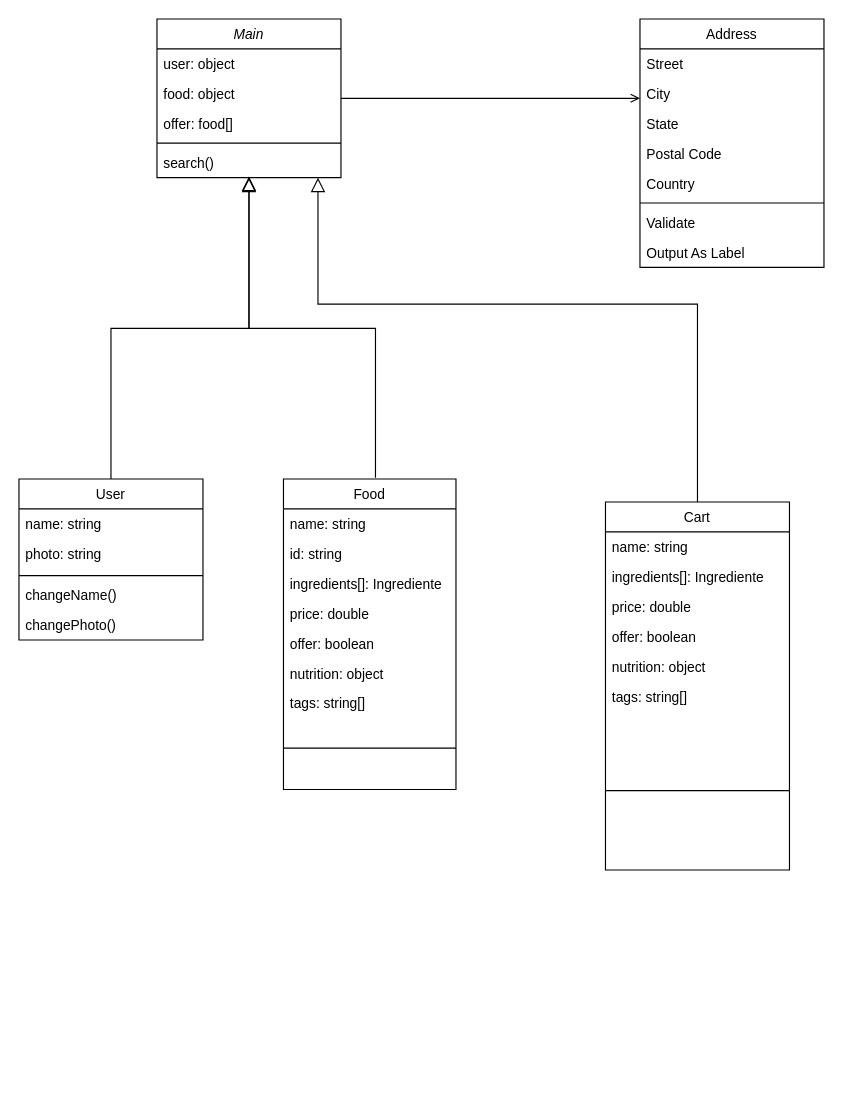
Earlier version of the draw.io diagram foodee/foodeeUML.drawio (TrezzeIohan/Foodee). Source tidied: cells renumbered, new cells numbered last; positions are measured from the earlier drawing's top-left corner, leaving out a move shared by most shapes. Both pictures are drawn from the tidied source at 115%, with x=0, y=0 at pixel (18, 18).
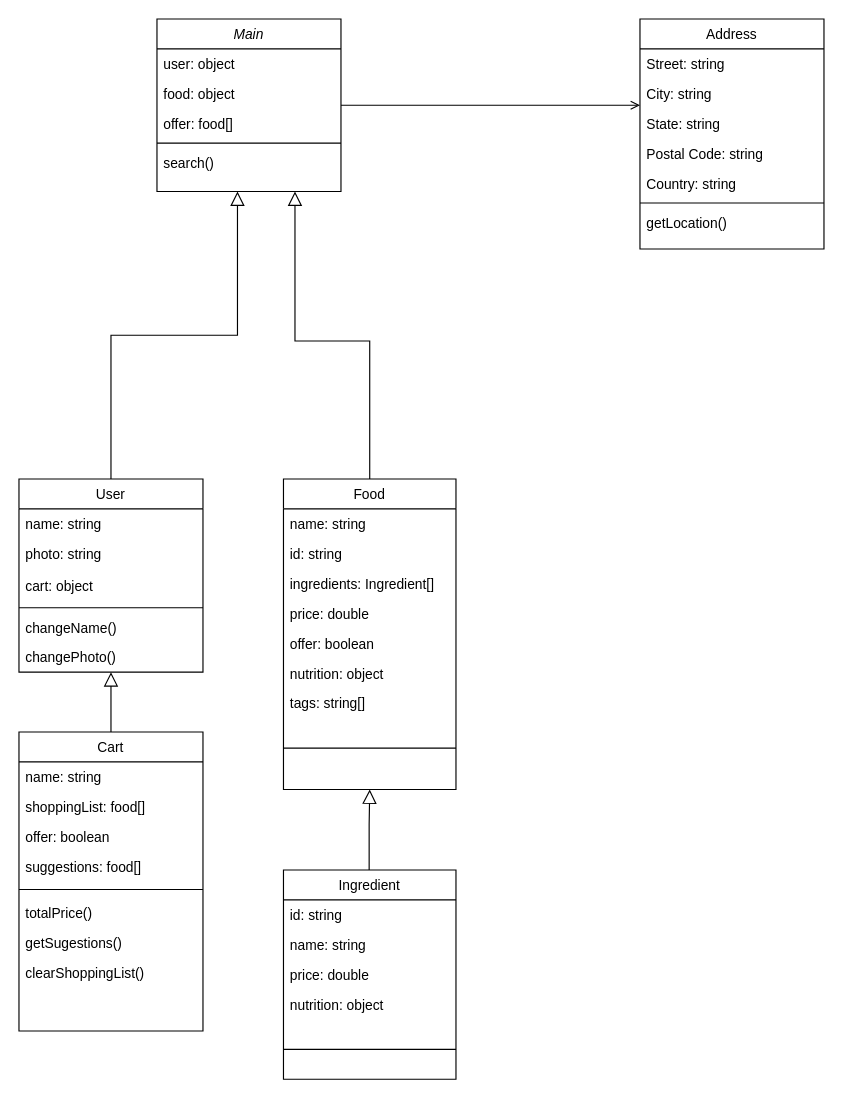
The same diagram, later.

Commit message (it also covers changes not shown here):
UML finished

Unchanged cells that the change refers to:
```xml
<mxCell id="15" value="Food" style="swimlane;fontStyle=0;align=center;verticalAlign=top;horizontal=1;startSize=26;rounded=0;shadow=0;strokeWidth=1;labelBackgroundColor=none;" parent="1" vertex="1">
  <mxGeometry x="230" y="400" width="150" height="270" as="geometry" />
</mxCell>
```

Diff of the diagram source:
```diff
@@
     <mxCell id="2" value="Main" style="swimlane;fontStyle=2;align=center;verticalAlign=top;horizontal=1;startSize=26;rounded=0;shadow=0;strokeWidth=1;labelBackgroundColor=none;" parent="1" vertex="1">
-      <mxGeometry x="120" width="160" height="138" as="geometry" />
+      <mxGeometry x="120" width="160" height="150" as="geometry" />
     </mxCell>
@@
     <mxCell id="8" value="User" style="swimlane;fontStyle=0;align=center;verticalAlign=top;horizontal=1;startSize=26;rounded=0;shadow=0;strokeWidth=1;labelBackgroundColor=none;" parent="1" vertex="1">
-      <mxGeometry y="400" width="160" height="140" as="geometry" />
+      <mxGeometry y="400" width="160" height="168" as="geometry" />
     </mxCell>
@@
+    <mxCell id="44" value="cart: object" style="text;align=left;verticalAlign=top;spacingLeft=4;spacingRight=4;overflow=hidden;rounded=0;shadow=0;html=0;labelBackgroundColor=none;" parent="8" vertex="1">
+      <mxGeometry y="80" width="160" height="28" as="geometry" />
+    </mxCell>
     <mxCell id="11" style="line;html=1;strokeWidth=1;align=left;verticalAlign=middle;spacingTop=-1;spacingLeft=3;spacingRight=3;labelPosition=right;labelBackgroundColor=none;" parent="8" vertex="1">
-      <mxGeometry y="80" width="160" height="8" as="geometry" />
+      <mxGeometry y="108" width="160" height="8" as="geometry" />
     </mxCell>
     <mxCell id="12" value="changeName()" style="text;align=left;verticalAlign=top;spacingLeft=4;spacingRight=4;overflow=hidden;fontStyle=0;labelBackgroundColor=none;" parent="8" vertex="1">
-      <mxGeometry y="88" width="160" height="26" as="geometry" />
+      <mxGeometry y="116" width="160" height="26" as="geometry" />
     </mxCell>
     <mxCell id="13" value="changePhoto()" style="text;align=left;verticalAlign=top;spacingLeft=4;spacingRight=4;overflow=hidden;points=[[0,0.5],[1,0.5]];portConstraint=eastwest;labelBackgroundColor=none;" parent="8" vertex="1">
-      <mxGeometry y="114" width="160" height="26" as="geometry" />
+      <mxGeometry y="142" width="160" height="26" as="geometry" />
     </mxCell>
-    <mxCell id="14" style="endArrow=block;endSize=10;endFill=0;shadow=0;strokeWidth=1;rounded=0;edgeStyle=elbowEdgeStyle;elbow=vertical;labelBackgroundColor=none;fontColor=default;" parent="1" edge="1" source="8" target="2">
-      <mxGeometry relative="1" as="geometry" />
+    <mxCell id="14" style="endArrow=block;endSize=10;endFill=0;shadow=0;strokeWidth=1;rounded=0;edgeStyle=elbowEdgeStyle;elbow=vertical;labelBackgroundColor=none;fontColor=default;exitX=0.5;exitY=0;exitDx=0;exitDy=0;" parent="1" edge="1" source="8">
+      <mxGeometry relative="1" as="geometry">
+        <mxPoint x="190" y="150" as="targetPoint" />
+      </mxGeometry>
     </mxCell>
@@
-    <mxCell id="18" value="ingredients[]: Ingrediente" style="text;align=left;verticalAlign=top;spacingLeft=4;spacingRight=4;overflow=hidden;labelBackgroundColor=none;" parent="15" vertex="1">
+    <mxCell id="18" value="ingredients: Ingredient[]" style="text;align=left;verticalAlign=top;spacingLeft=4;spacingRight=4;overflow=hidden;labelBackgroundColor=none;" parent="15" vertex="1">
       <mxGeometry y="78" width="150" height="26" as="geometry" />
     </mxCell>
@@
-    <mxCell id="24" style="endArrow=block;endSize=10;endFill=0;shadow=0;strokeWidth=1;rounded=0;edgeStyle=elbowEdgeStyle;elbow=vertical;labelBackgroundColor=none;fontColor=default;" parent="1" edge="1">
-      <mxGeometry relative="1" as="geometry">
-        <mxPoint x="310" y="399" as="sourcePoint" />
-        <mxPoint x="200" y="137" as="targetPoint" />
-        <Array as="points">
-          <mxPoint x="310" y="269" />
-        </Array>
-      </mxGeometry>
-    </mxCell>
     <mxCell id="25" value="Address" style="swimlane;fontStyle=0;align=center;verticalAlign=top;horizontal=1;startSize=26;rounded=0;shadow=0;strokeWidth=1;labelBackgroundColor=none;" parent="1" vertex="1">
-      <mxGeometry x="540" width="160" height="216" as="geometry" />
+      <mxGeometry x="540" width="160" height="200" as="geometry" />
     </mxCell>
-    <mxCell id="26" value="Street" style="text;align=left;verticalAlign=top;spacingLeft=4;spacingRight=4;overflow=hidden;labelBackgroundColor=none;" parent="25" vertex="1">
+    <mxCell id="26" value="Street: string" style="text;align=left;verticalAlign=top;spacingLeft=4;spacingRight=4;overflow=hidden;labelBackgroundColor=none;" parent="25" vertex="1">
       <mxGeometry y="26" width="160" height="26" as="geometry" />
     </mxCell>
-    <mxCell id="27" value="City" style="text;align=left;verticalAlign=top;spacingLeft=4;spacingRight=4;overflow=hidden;rounded=0;shadow=0;html=0;labelBackgroundColor=none;" parent="25" vertex="1">
+    <mxCell id="27" value="City: string" style="text;align=left;verticalAlign=top;spacingLeft=4;spacingRight=4;overflow=hidden;rounded=0;shadow=0;html=0;labelBackgroundColor=none;" parent="25" vertex="1">
       <mxGeometry y="52" width="160" height="26" as="geometry" />
     </mxCell>
-    <mxCell id="28" value="State" style="text;align=left;verticalAlign=top;spacingLeft=4;spacingRight=4;overflow=hidden;rounded=0;shadow=0;html=0;labelBackgroundColor=none;" parent="25" vertex="1">
+    <mxCell id="28" value="State: string" style="text;align=left;verticalAlign=top;spacingLeft=4;spacingRight=4;overflow=hidden;rounded=0;shadow=0;html=0;labelBackgroundColor=none;" parent="25" vertex="1">
       <mxGeometry y="78" width="160" height="26" as="geometry" />
     </mxCell>
-    <mxCell id="29" value="Postal Code" style="text;align=left;verticalAlign=top;spacingLeft=4;spacingRight=4;overflow=hidden;rounded=0;shadow=0;html=0;labelBackgroundColor=none;" parent="25" vertex="1">
+    <mxCell id="29" value="Postal Code: string" style="text;align=left;verticalAlign=top;spacingLeft=4;spacingRight=4;overflow=hidden;rounded=0;shadow=0;html=0;labelBackgroundColor=none;" parent="25" vertex="1">
       <mxGeometry y="104" width="160" height="26" as="geometry" />
     </mxCell>
-    <mxCell id="30" value="Country" style="text;align=left;verticalAlign=top;spacingLeft=4;spacingRight=4;overflow=hidden;rounded=0;shadow=0;html=0;labelBackgroundColor=none;" parent="25" vertex="1">
+    <mxCell id="30" value="Country: string" style="text;align=left;verticalAlign=top;spacingLeft=4;spacingRight=4;overflow=hidden;rounded=0;shadow=0;html=0;labelBackgroundColor=none;" parent="25" vertex="1">
       <mxGeometry y="130" width="160" height="26" as="geometry" />
     </mxCell>
@@
-    <mxCell id="32" value="Validate" style="text;align=left;verticalAlign=top;spacingLeft=4;spacingRight=4;overflow=hidden;labelBackgroundColor=none;" parent="25" vertex="1">
+    <mxCell id="32" value="getLocation()" style="text;align=left;verticalAlign=top;spacingLeft=4;spacingRight=4;overflow=hidden;labelBackgroundColor=none;" parent="25" vertex="1">
       <mxGeometry y="164" width="160" height="26" as="geometry" />
     </mxCell>
-    <mxCell id="33" value="Output As Label" style="text;align=left;verticalAlign=top;spacingLeft=4;spacingRight=4;overflow=hidden;labelBackgroundColor=none;" parent="25" vertex="1">
-      <mxGeometry y="190" width="160" height="26" as="geometry" />
-    </mxCell>
@@
     <mxCell id="35" value="Cart" style="swimlane;fontStyle=0;align=center;verticalAlign=top;horizontal=1;startSize=26;rounded=0;shadow=0;strokeWidth=1;labelBackgroundColor=none;" parent="1" vertex="1">
-      <mxGeometry x="510" y="420" width="160" height="320" as="geometry" />
+      <mxGeometry y="620" width="160" height="260" as="geometry" />
     </mxCell>
@@
-    <mxCell id="37" value="ingredients[]: Ingrediente" style="text;align=left;verticalAlign=top;spacingLeft=4;spacingRight=4;overflow=hidden;labelBackgroundColor=none;" parent="35" vertex="1">
+    <mxCell id="37" value="shoppingList: food[]" style="text;align=left;verticalAlign=top;spacingLeft=4;spacingRight=4;overflow=hidden;labelBackgroundColor=none;" parent="35" vertex="1">
       <mxGeometry y="52" width="160" height="26" as="geometry" />
     </mxCell>
-    <mxCell id="38" value="price: double" style="text;align=left;verticalAlign=top;spacingLeft=4;spacingRight=4;overflow=hidden;labelBackgroundColor=none;" parent="35" vertex="1">
-      <mxGeometry y="78" width="160" height="26" as="geometry" />
-    </mxCell>
     <mxCell id="39" value="offer: boolean" style="text;align=left;verticalAlign=top;spacingLeft=4;spacingRight=4;overflow=hidden;labelBackgroundColor=none;" parent="35" vertex="1">
-      <mxGeometry y="104" width="160" height="26" as="geometry" />
+      <mxGeometry y="78" width="160" height="26" as="geometry" />
     </mxCell>
-    <mxCell id="40" value="nutrition: object" style="text;align=left;verticalAlign=top;spacingLeft=4;spacingRight=4;overflow=hidden;labelBackgroundColor=none;" parent="35" vertex="1">
-      <mxGeometry y="130" width="160" height="26" as="geometry" />
+    <mxCell id="40" value="suggestions: food[]" style="text;align=left;verticalAlign=top;spacingLeft=4;spacingRight=4;overflow=hidden;labelBackgroundColor=none;" parent="35" vertex="1">
+      <mxGeometry y="104" width="160" height="26" as="geometry" />
     </mxCell>
-    <mxCell id="41" value="tags: string[]" style="text;align=left;verticalAlign=top;spacingLeft=4;spacingRight=4;overflow=hidden;labelBackgroundColor=none;" parent="35" vertex="1">
-      <mxGeometry y="156" width="160" height="26" as="geometry" />
-    </mxCell>
     <mxCell id="42" style="line;html=1;strokeWidth=1;align=left;verticalAlign=middle;spacingTop=-1;spacingLeft=3;spacingRight=3;labelPosition=right;labelBackgroundColor=none;" parent="35" vertex="1">
-      <mxGeometry y="182" width="160" height="138" as="geometry" />
+      <mxGeometry y="130" width="160" height="14" as="geometry" />
     </mxCell>
+    <mxCell id="38" value="totalPrice()" style="text;align=left;verticalAlign=top;spacingLeft=4;spacingRight=4;overflow=hidden;labelBackgroundColor=none;" parent="35" vertex="1">
+      <mxGeometry y="144" width="160" height="26" as="geometry" />
+    </mxCell>
+    <mxCell id="45" value="getSugestions()" style="text;align=left;verticalAlign=top;spacingLeft=4;spacingRight=4;overflow=hidden;labelBackgroundColor=none;" parent="35" vertex="1">
+      <mxGeometry y="170" width="160" height="26" as="geometry" />
+    </mxCell>
+    <mxCell id="46" value="clearShoppingList()" style="text;align=left;verticalAlign=top;spacingLeft=4;spacingRight=4;overflow=hidden;labelBackgroundColor=none;" parent="35" vertex="1">
+      <mxGeometry y="196" width="160" height="26" as="geometry" />
+    </mxCell>
-    <mxCell id="43" style="endArrow=block;endSize=10;endFill=0;shadow=0;strokeWidth=1;rounded=0;edgeStyle=elbowEdgeStyle;elbow=vertical;labelBackgroundColor=none;fontColor=default;exitX=0.5;exitY=0;exitDx=0;exitDy=0;" parent="1" edge="1" source="35">
+    <mxCell id="43" style="endArrow=block;endSize=10;endFill=0;shadow=0;strokeWidth=1;rounded=0;edgeStyle=elbowEdgeStyle;elbow=vertical;labelBackgroundColor=none;fontColor=default;exitX=0.5;exitY=0;exitDx=0;exitDy=0;" parent="1" edge="1" source="35" target="13">
       <mxGeometry relative="1" as="geometry">
-        <mxPoint x="260" y="138" as="targetPoint" />
         <Array as="points">
+          <mxPoint x="80" y="580" />
           <mxPoint x="540" y="248" />
         </Array>
       </mxGeometry>
     </mxCell>
+    <mxCell id="47" value="Ingredient" style="swimlane;fontStyle=0;align=center;verticalAlign=top;horizontal=1;startSize=26;rounded=0;shadow=0;strokeWidth=1;labelBackgroundColor=none;" parent="1" vertex="1">
+      <mxGeometry x="230" y="740" width="150" height="182" as="geometry" />
+    </mxCell>
+    <mxCell id="48" value="id: string" style="text;align=left;verticalAlign=top;spacingLeft=4;spacingRight=4;overflow=hidden;labelBackgroundColor=none;" parent="47" vertex="1">
+      <mxGeometry y="26" width="150" height="26" as="geometry" />
+    </mxCell>
+    <mxCell id="49" value="name: string" style="text;align=left;verticalAlign=top;spacingLeft=4;spacingRight=4;overflow=hidden;labelBackgroundColor=none;" parent="47" vertex="1">
+      <mxGeometry y="52" width="150" height="26" as="geometry" />
+    </mxCell>
+    <mxCell id="50" value="price: double" style="text;align=left;verticalAlign=top;spacingLeft=4;spacingRight=4;overflow=hidden;labelBackgroundColor=none;" parent="47" vertex="1">
+      <mxGeometry y="78" width="150" height="26" as="geometry" />
+    </mxCell>
+    <mxCell id="51" value="nutrition: object" style="text;align=left;verticalAlign=top;spacingLeft=4;spacingRight=4;overflow=hidden;labelBackgroundColor=none;" parent="47" vertex="1">
+      <mxGeometry y="104" width="150" height="26" as="geometry" />
+    </mxCell>
+    <mxCell id="52" style="line;html=1;strokeWidth=1;align=left;verticalAlign=middle;spacingTop=-1;spacingLeft=3;spacingRight=3;labelPosition=right;labelBackgroundColor=none;" parent="47" vertex="1">
+      <mxGeometry y="130" width="150" height="52" as="geometry" />
+    </mxCell>
+    <mxCell id="53" style="endArrow=block;endSize=10;endFill=0;shadow=0;strokeWidth=1;rounded=0;edgeStyle=elbowEdgeStyle;elbow=vertical;labelBackgroundColor=none;fontColor=default;entryX=0.5;entryY=1;entryDx=0;entryDy=0;" parent="1" edge="1" source="47" target="15">
+      <mxGeometry relative="1" as="geometry">
+        <Array as="points">
+          <mxPoint x="304.5" y="700" />
+          <mxPoint x="764.5" y="368" />
+        </Array>
+      </mxGeometry>
+    </mxCell>
+    <mxCell id="54" style="endArrow=block;endSize=10;endFill=0;shadow=0;strokeWidth=1;rounded=0;edgeStyle=elbowEdgeStyle;elbow=vertical;labelBackgroundColor=none;fontColor=default;exitX=0.5;exitY=0;exitDx=0;exitDy=0;" parent="1" edge="1" source="15">
+      <mxGeometry relative="1" as="geometry">
+        <mxPoint x="240" y="150" as="targetPoint" />
+        <Array as="points">
+          <mxPoint x="250" y="280" />
+          <mxPoint x="764.6" y="-32" />
+        </Array>
+      </mxGeometry>
+    </mxCell>
```
